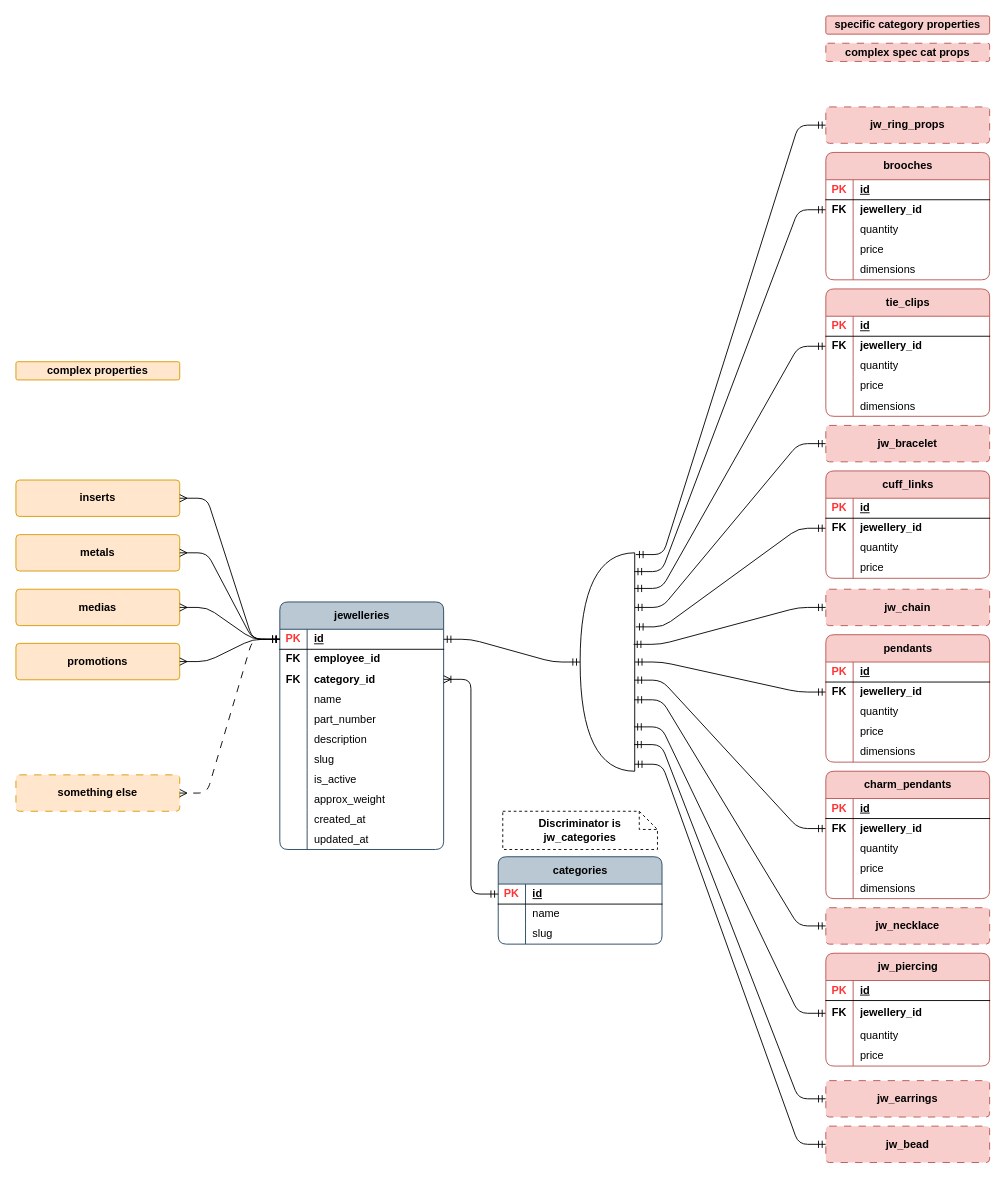
This is page "psql_jewellery" (1 of 15) of publisher/laravel-app/psql_jewellery_items.drawio from Local-development-environment/msg-brokers-publisher-consumer, a draw.io file, before an edit. Source tidied: cells renumbered, new cells numbered last; positions are measured from the earlier drawing's top-left corner, leaving out a move shared by most shapes. Both pictures are drawn from the tidied source at 91%, with x=0, y=0 at pixel (15, 15).
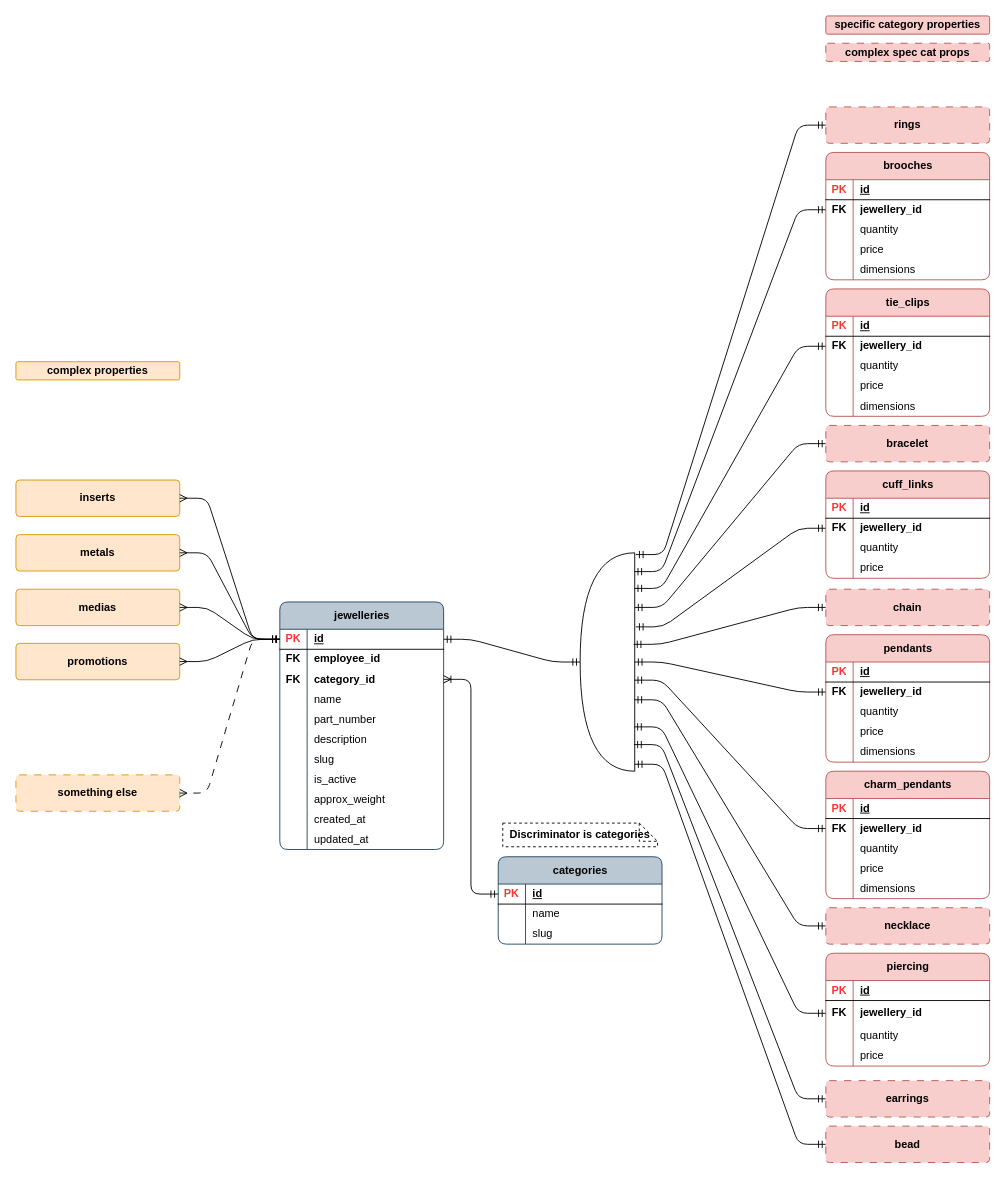
The same diagram, later.

What changed in the source:
```diff
@@
-    <mxCell id="60" value="&lt;b&gt;Discriminator is jw_categories&lt;/b&gt;" style="shape=note;size=20;whiteSpace=wrap;html=1;dashed=1;" parent="1" vertex="1">
-      <mxGeometry x="535" y="874" width="170" height="42" as="geometry" />
+    <mxCell id="60" value="&lt;b&gt;Discriminator is categories&lt;/b&gt;" style="shape=note;size=20;whiteSpace=wrap;html=1;dashed=1;" parent="1" vertex="1">
+      <mxGeometry x="535" y="887" width="170" height="26" as="geometry" />
     </mxCell>
@@
-    <mxCell id="77" value="&lt;b&gt;jw_ring_props&lt;/b&gt;" style="rounded=1;arcSize=10;whiteSpace=wrap;html=1;align=center;fillColor=#f8cecc;strokeColor=#b85450;dashed=1;dashPattern=8 8;" parent="1" vertex="1">
+    <mxCell id="77" value="&lt;b&gt;rings&lt;/b&gt;" style="rounded=1;arcSize=10;whiteSpace=wrap;html=1;align=center;fillColor=#f8cecc;strokeColor=#b85450;dashed=1;dashPattern=8 8;" parent="1" vertex="1">
       <mxGeometry x="890" y="100" width="180" height="40" as="geometry" />
     </mxCell>
@@
-    <mxCell id="94" value="&lt;b&gt;jw_bracelet&lt;/b&gt;" style="rounded=1;arcSize=10;whiteSpace=wrap;html=1;align=center;fillColor=#f8cecc;strokeColor=#b85450;dashed=1;dashPattern=8 8;" parent="1" vertex="1">
+    <mxCell id="94" value="&lt;b&gt;bracelet&lt;/b&gt;" style="rounded=1;arcSize=10;whiteSpace=wrap;html=1;align=center;fillColor=#f8cecc;strokeColor=#b85450;dashed=1;dashPattern=8 8;" parent="1" vertex="1">
       <mxGeometry x="890" y="450" width="180" height="40" as="geometry" />
     </mxCell>
@@
-    <mxCell id="108" value="&lt;b&gt;jw_chain&lt;/b&gt;" style="rounded=1;arcSize=10;whiteSpace=wrap;html=1;align=center;fillColor=#f8cecc;strokeColor=#b85450;dashed=1;dashPattern=8 8;" parent="1" vertex="1">
+    <mxCell id="108" value="&lt;b&gt;chain&lt;/b&gt;" style="rounded=1;arcSize=10;whiteSpace=wrap;html=1;align=center;fillColor=#f8cecc;strokeColor=#b85450;dashed=1;dashPattern=8 8;" parent="1" vertex="1">
       <mxGeometry x="890" y="630" width="180" height="40" as="geometry" />
     </mxCell>
@@
-    <mxCell id="141" value="&lt;b&gt;jw_necklace&lt;/b&gt;" style="rounded=1;arcSize=10;whiteSpace=wrap;html=1;align=center;fillColor=#f8cecc;strokeColor=#b85450;dashed=1;dashPattern=8 8;" parent="1" vertex="1">
+    <mxCell id="141" value="&lt;b&gt;necklace&lt;/b&gt;" style="rounded=1;arcSize=10;whiteSpace=wrap;html=1;align=center;fillColor=#f8cecc;strokeColor=#b85450;dashed=1;dashPattern=8 8;" parent="1" vertex="1">
       <mxGeometry x="890" y="980" width="180" height="40" as="geometry" />
     </mxCell>
-    <mxCell id="142" value="jw_piercing" style="shape=table;startSize=30;childLayout=tableLayout;rowLines=0;fontStyle=1;align=center;html=1;rounded=1;swimlaneFillColor=none;fillColor=#f8cecc;strokeColor=#b85450;columnLines=1;arcSize=10;" parent="1" vertex="1">
+    <mxCell id="142" value="piercing" style="shape=table;startSize=30;childLayout=tableLayout;rowLines=0;fontStyle=1;align=center;html=1;rounded=1;swimlaneFillColor=none;fillColor=#f8cecc;strokeColor=#b85450;columnLines=1;arcSize=10;" parent="1" vertex="1">
       <mxGeometry x="890" y="1030" width="180" height="124" as="geometry" />
     </mxCell>
@@
-    <mxCell id="156" value="&lt;b&gt;jw_bead&lt;/b&gt;" style="rounded=1;arcSize=10;whiteSpace=wrap;html=1;align=center;fillColor=#f8cecc;strokeColor=#b85450;dashed=1;dashPattern=8 8;" parent="1" vertex="1">
+    <mxCell id="156" value="&lt;b&gt;bead&lt;/b&gt;" style="rounded=1;arcSize=10;whiteSpace=wrap;html=1;align=center;fillColor=#f8cecc;strokeColor=#b85450;dashed=1;dashPattern=8 8;" parent="1" vertex="1">
       <mxGeometry x="890" y="1220" width="180" height="40" as="geometry" />
     </mxCell>
-    <mxCell id="157" value="&lt;b&gt;jw_earrings&lt;/b&gt;" style="rounded=1;arcSize=10;whiteSpace=wrap;html=1;align=center;fillColor=#f8cecc;strokeColor=#b85450;dashed=1;dashPattern=8 8;" parent="1" vertex="1">
+    <mxCell id="157" value="&lt;b&gt;earrings&lt;/b&gt;" style="rounded=1;arcSize=10;whiteSpace=wrap;html=1;align=center;fillColor=#f8cecc;strokeColor=#b85450;dashed=1;dashPattern=8 8;" parent="1" vertex="1">
       <mxGeometry x="890" y="1170" width="180" height="40" as="geometry" />
     </mxCell>
```
